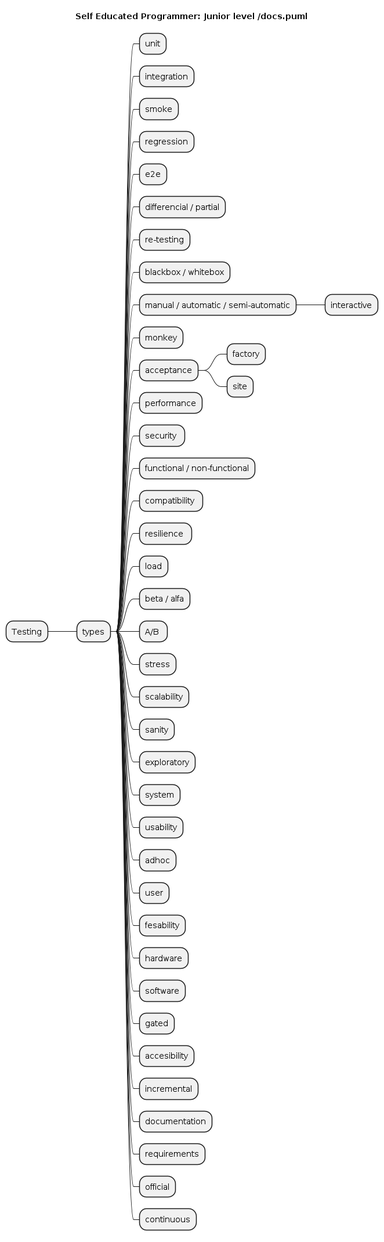
SmartSoftDev/self_educated_software_programmer_path keeps this PlantUML diagram as testing.puml.png. Above is the earlier version.
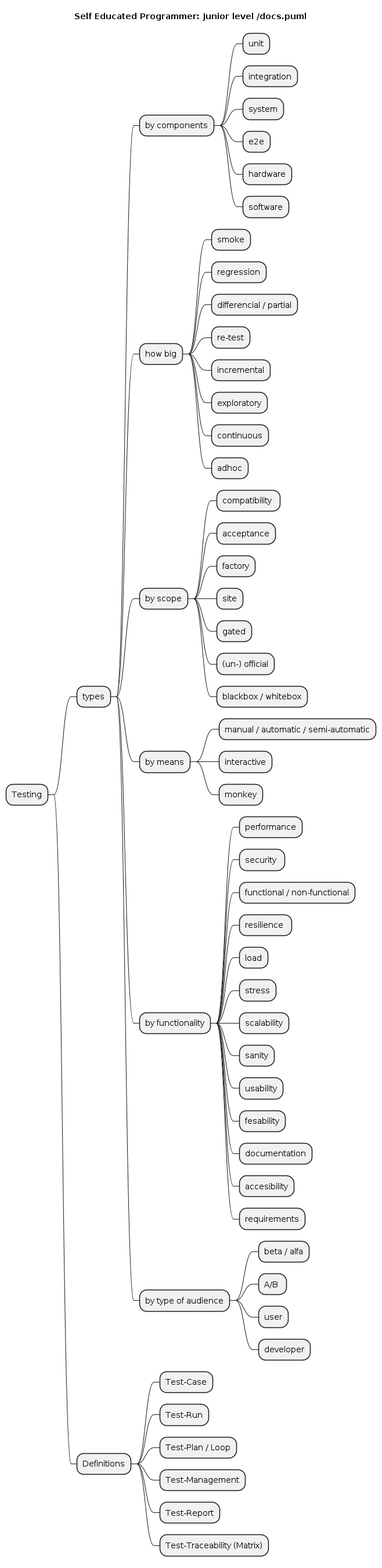
After the commit.

The edit, as a diff of the source:
```diff
@@ -3,46 +3,67 @@
 
 * Testing
 ** types
-*** unit
-*** integration
-*** smoke
-*** regression
-*** e2e
-*** differencial / partial
-*** re-testing
-*** blackbox / whitebox
-*** manual / automatic / semi-automatic
-**** interactive
-*** monkey
-*** acceptance
+
+*** by components
+**** unit
+**** integration
+**** system
+**** e2e
+**** hardware
+**** software
+
+*** how big
+**** smoke
+**** regression
+**** differencial / partial
+**** re-test
+**** incremental
+**** exploratory
+**** continuous
+**** adhoc
+
+*** by scope
+**** compatibility
+**** acceptance
 **** factory
 **** site
-*** performance
-*** security
-*** functional / non-functional
-*** compatibility
-*** resilience
-*** load
-*** beta / alfa
-*** A/B
-*** stress
-*** scalability
-*** sanity
-*** exploratory
-*** system
-*** usability
-*** adhoc
-*** user
-*** fesability
-*** hardware
-*** software
-*** gated
-*** accesibility
-*** incremental
-*** documentation
-*** requirements
-*** official
-*** continuous
+**** gated
+**** (un-) official
+**** blackbox / whitebox
+
+*** by means
+**** manual / automatic / semi-automatic
+**** interactive
+**** monkey
+
+*** by functionality
+**** performance
+**** security
+**** functional / non-functional
+**** resilience
+**** load
+**** stress
+**** scalability
+**** sanity
+**** usability
+**** fesability
+**** documentation
+**** accesibility
+**** requirements
+
+*** by type of audience
+**** beta / alfa
+**** A/B
+**** user
+**** developer
+
+** Definitions
+*** Test-Case
+*** Test-Run
+*** Test-Plan / Loop
+*** Test-Management
+*** Test-Report
+*** Test-Traceability (Matrix)
 
 
 
```
